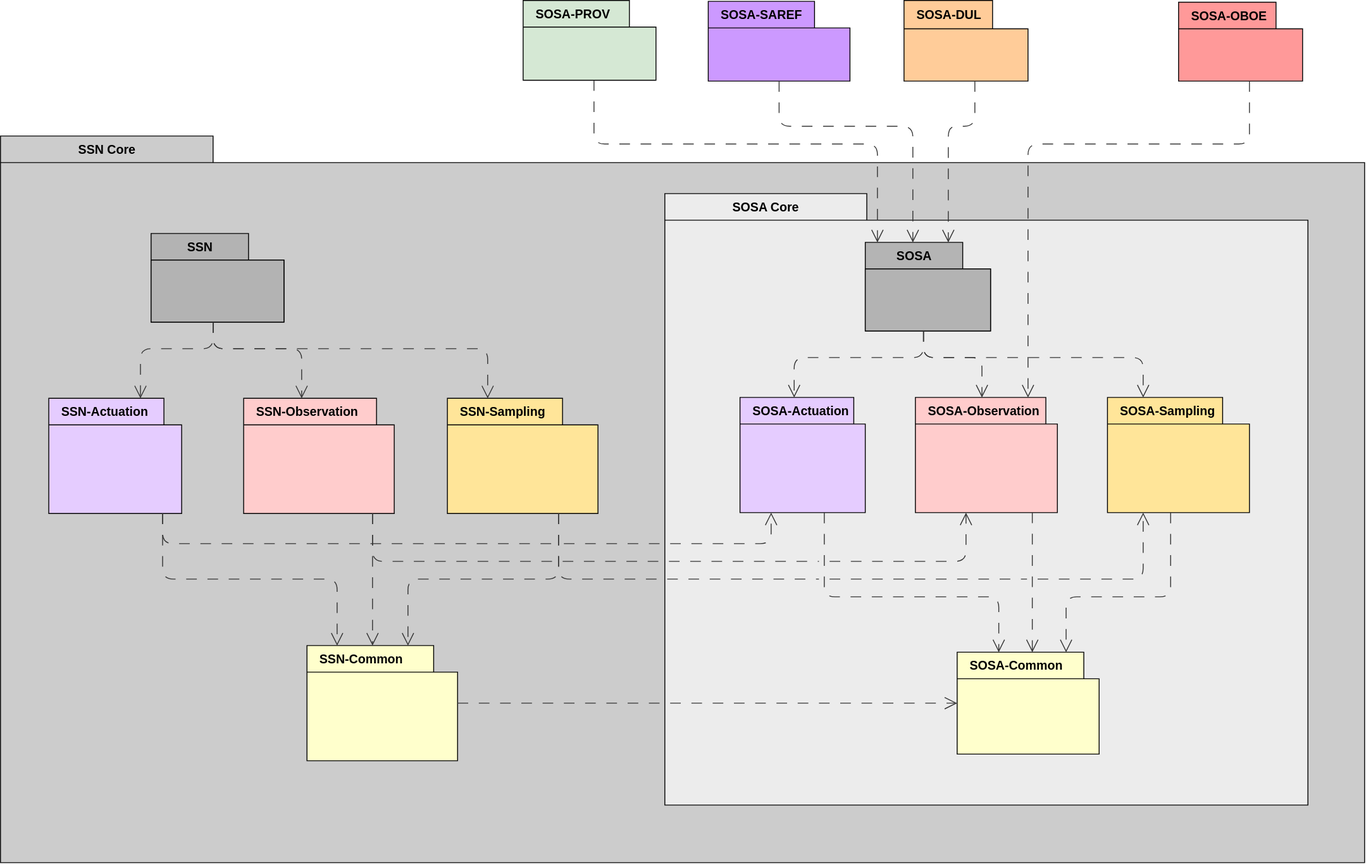
Earlier version of the draw.io export ssn/images/SSN-alignment-modules.svg (afeliachi/sdw-sosa-ssn). Source tidied: cells renumbered, new cells last; positions are measured from the earlier drawing's top-left corner, leaving out a move shared by most shapes.
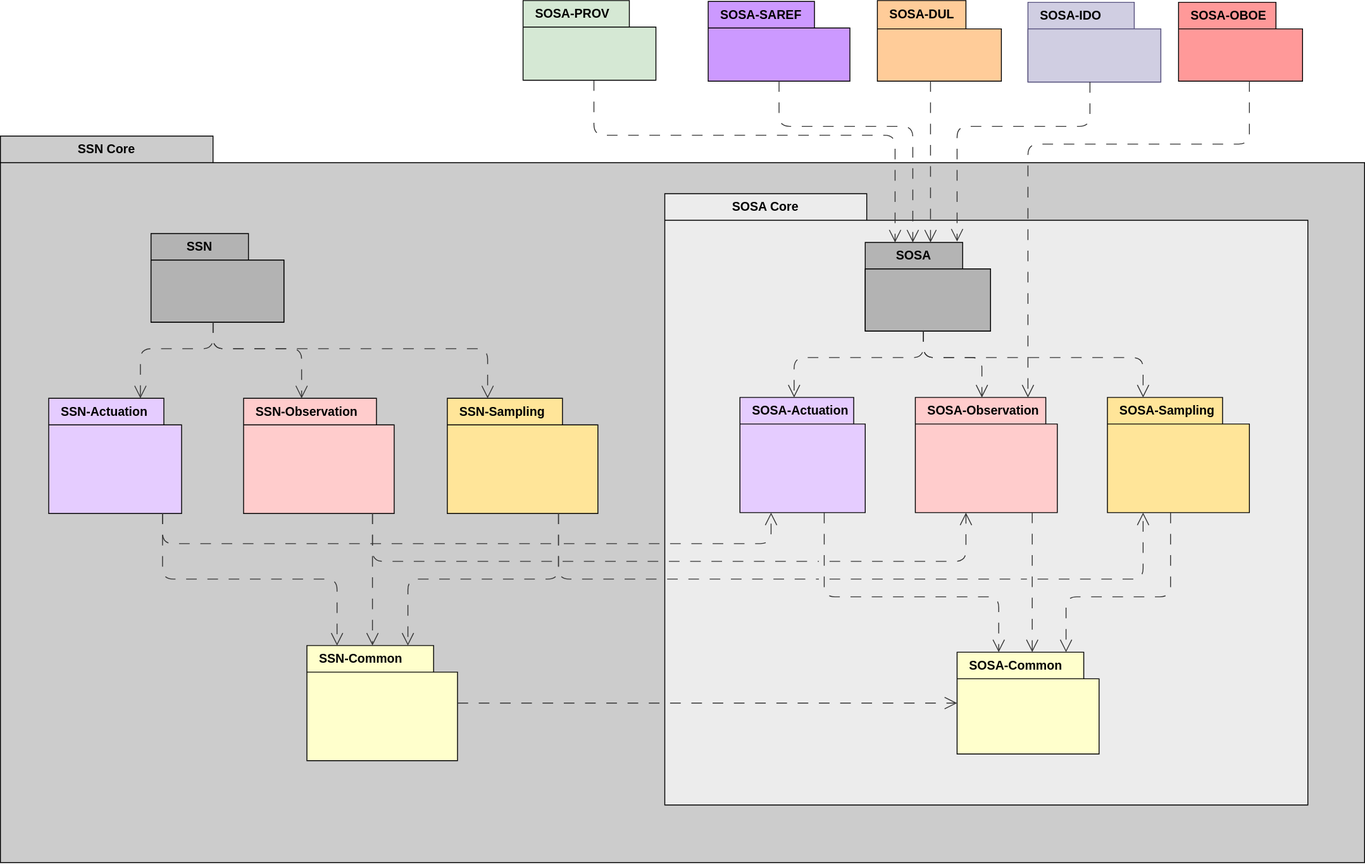
After the change.

What changed in the source:
```diff
@@ -217,7 +217,7 @@
       </mxGeometry>
     </mxCell>
     <mxCell id="41" value="&lt;font style=&quot;font-size: 14px;&quot;&gt;SOSA-DUL&lt;/font&gt;" style="shape=folder;fontStyle=1;tabWidth=100;tabHeight=32;tabPosition=left;html=1;boundedLbl=1;labelInHeader=1;whiteSpace=wrap;strokeColor=default;align=left;verticalAlign=middle;spacingLeft=12;fontFamily=Helvetica;fontSize=12;fontColor=default;fillColor=#FFCC99;strokeWidth=1;convertToSvg=1;" parent="1" vertex="1">
-      <mxGeometry x="1020" width="140" height="91" as="geometry" />
+      <mxGeometry x="990" width="140" height="91" as="geometry" />
     </mxCell>
     <mxCell id="42" style="html=1;strokeColor=none;fillColor=none;whiteSpace=wrap;align=left;verticalAlign=middle;spacingLeft=12;fontFamily=Helvetica;fontSize=12;fontColor=default;fontStyle=1;strokeWidth=1;convertToSvg=1;" parent="41" vertex="1">
       <mxGeometry width="140" height="63.7" relative="1" as="geometry">
@@ -259,8 +259,8 @@
     <mxCell id="50" style="html=1;jettySize=18;whiteSpace=wrap;fontSize=13;strokeColor=#333333;strokeOpacity=100;fixDash=1;strokeWidth=1;rounded=1;arcSize=24;edgeStyle=orthogonalEdgeStyle;startArrow=none;endArrow=open;lucidId=S1U.udle6dnT;dashed=1;dashPattern=12 12;convertToSvg=1;jumpStyle=gap;jumpSize=12;fontColor=default;endSize=12;" parent="1" edge="1" source="45" target="13">
       <mxGeometry relative="1" as="geometry">
         <Array as="points">
-          <mxPoint x="670" y="162" />
-          <mxPoint x="990" y="162" />
+          <mxPoint x="670" y="152" />
+          <mxPoint x="1010" y="152" />
         </Array>
       </mxGeometry>
     </mxCell>
@@ -275,10 +275,27 @@
     <mxCell id="52" style="html=1;jettySize=18;whiteSpace=wrap;fontSize=13;strokeColor=#333333;strokeOpacity=100;fixDash=1;strokeWidth=1;rounded=1;arcSize=24;edgeStyle=orthogonalEdgeStyle;startArrow=none;endArrow=open;lucidId=S1U.udle6dnT;dashed=1;dashPattern=12 12;convertToSvg=1;jumpStyle=gap;jumpSize=12;fontColor=default;endSize=12;" parent="1" edge="1" source="41" target="13">
       <mxGeometry relative="1" as="geometry">
         <Array as="points">
-          <mxPoint x="1100" y="142" />
-          <mxPoint x="1070" y="142" />
+          <mxPoint x="1050" y="112" />
+          <mxPoint x="1050" y="112" />
         </Array>
       </mxGeometry>
     </mxCell>
+    <mxCell id="53" value="&lt;font style=&quot;font-size: 14px;&quot;&gt;SOSA-IDO&lt;/font&gt;" style="shape=folder;fontStyle=1;tabWidth=120;tabHeight=30;tabPosition=left;html=1;boundedLbl=1;labelInHeader=1;whiteSpace=wrap;strokeColor=#56517e;align=left;verticalAlign=middle;spacingLeft=12;fontFamily=Helvetica;fontSize=12;fillColor=#d0cee2;strokeWidth=1;convertToSvg=1;" parent="1" vertex="1">
+      <mxGeometry x="1160" y="2" width="150" height="90" as="geometry" />
+    </mxCell>
+    <mxCell id="54" style="html=1;strokeColor=#56517e;fillColor=#d0cee2;whiteSpace=wrap;align=left;verticalAlign=middle;spacingLeft=12;fontFamily=Helvetica;fontSize=12;fontStyle=1;strokeWidth=1;convertToSvg=1;" parent="53" vertex="1">
+      <mxGeometry width="150" height="60" relative="1" as="geometry">
+        <mxPoint y="30" as="offset" />
+      </mxGeometry>
+    </mxCell>
+    <mxCell id="55" style="html=1;jettySize=18;whiteSpace=wrap;fontSize=13;strokeColor=#333333;strokeOpacity=100;fixDash=1;strokeWidth=1;rounded=1;arcSize=24;edgeStyle=orthogonalEdgeStyle;startArrow=none;endArrow=open;lucidId=S1U.udle6dnT;dashed=1;dashPattern=12 12;convertToSvg=1;jumpStyle=gap;jumpSize=12;fontColor=default;endSize=12;" parent="1" edge="1" source="53">
+      <mxGeometry relative="1" as="geometry">
+        <mxPoint x="1080" y="272" as="targetPoint" />
+        <Array as="points">
+          <mxPoint x="1230" y="142" />
+          <mxPoint x="1080" y="142" />
+        </Array>
+      </mxGeometry>
+    </mxCell>
   </root>
 </mxGraphModel>
```
